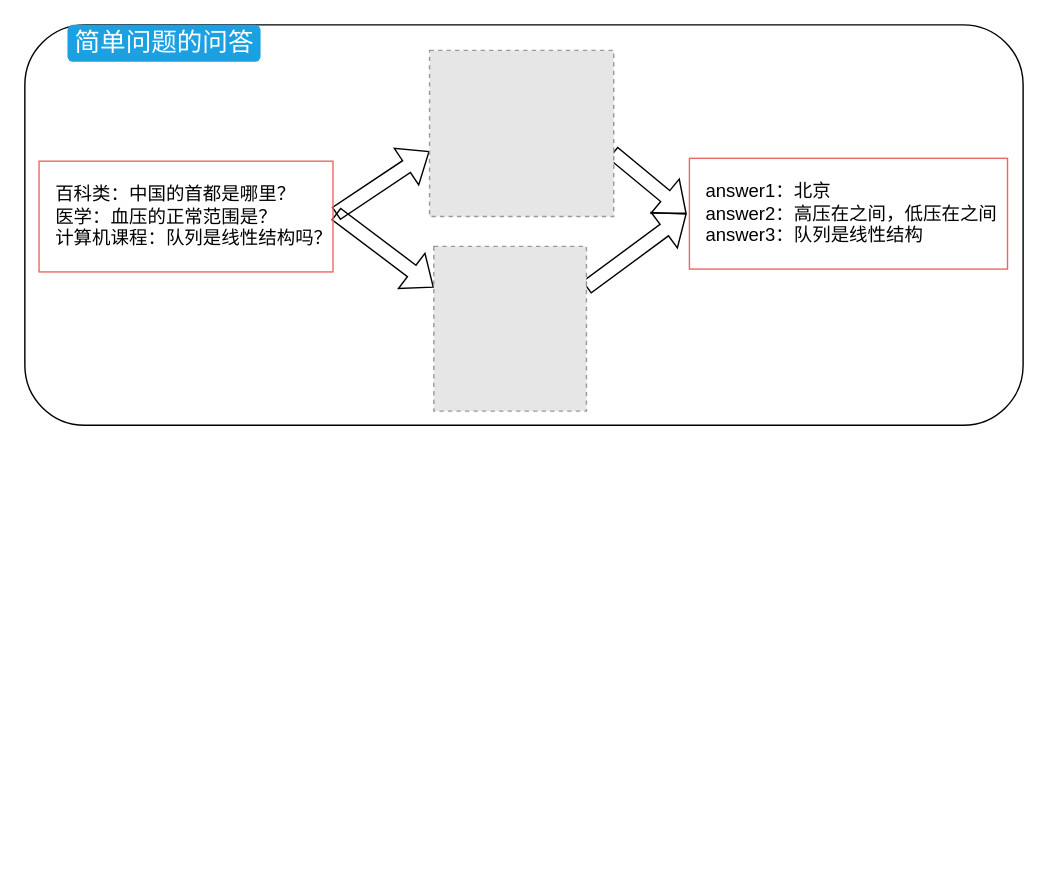
Above: Untitled Diagram.drawio in WeipingFu/drawio (draw.io), before the change. Source tidied: cells renumbered, new cells numbered last; positions are measured from the earlier drawing's top-left corner, leaving out a move shared by most shapes. Both pictures are drawn from the tidied source at 142%, with x=0, y=0 at pixel (24, 24). Pictures stored in the file or linked from it are replaced by grey dashed boxes.
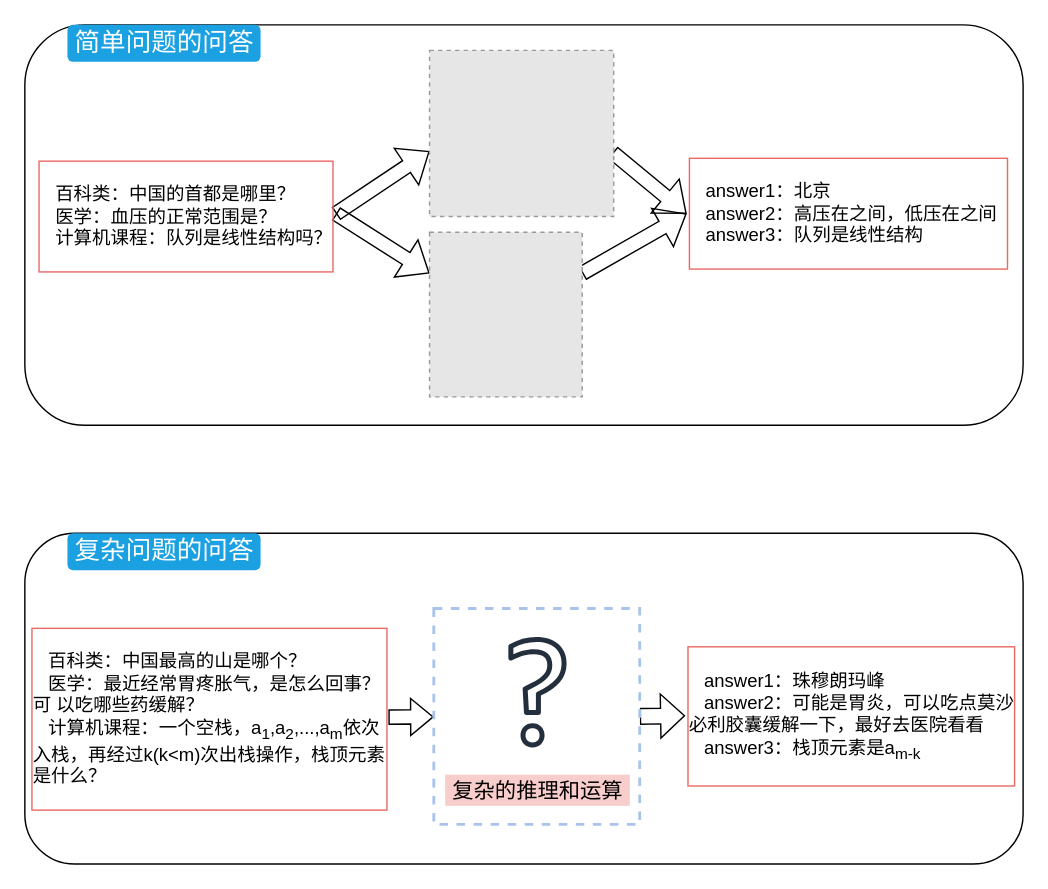
Above is the later version.

The edit, as a diff of the source:
```diff
@@
     <mxCell id="9" style="fillColor=#E6E6E6;strokeColor=#999999;dashed=1;verticalLabelPosition=bottom;labelBackgroundColor=default;verticalAlign=top;" parent="1" vertex="1">
-      <mxGeometry x="288" y="156" width="107.5" height="116" as="geometry" />
+      <mxGeometry x="285" y="146" width="107.5" height="116" as="geometry" />
     </mxCell>
@@
+    <mxCell id="12" style="rounded=1;whiteSpace=wrap;html=1;labelBorderColor=#EA6B66;fontFamily=Helvetica;fontSize=13;" parent="1" vertex="1">
+      <mxGeometry y="358" width="703" height="233" as="geometry" />
+    </mxCell>
+    <mxCell id="13" style="edgeStyle=none;shape=flexArrow;rounded=0;jettySize=auto;html=1;exitX=1;exitY=0.5;exitDx=0;exitDy=0;fontFamily=Helvetica;fontSize=15;fontColor=#D5E8D4;endWidth=15;endSize=4.94;" parent="1" edge="1" source="14" target="19">
+      <mxGeometry relative="1" as="geometry" />
+    </mxCell>
+    <mxCell id="14" value="&lt;div style=&quot;font-size: 13px&quot;&gt;&lt;font style=&quot;font-size: 13px&quot;&gt;&lt;br&gt;&lt;/font&gt;&lt;/div&gt;&lt;div style=&quot;font-size: 13px&quot;&gt;&lt;font style=&quot;font-size: 13px&quot;&gt;&amp;nbsp; &amp;nbsp;百科类：中国最高的山是哪个？&lt;/font&gt;&lt;/div&gt;&lt;div style=&quot;font-size: 13px&quot;&gt;&lt;font style=&quot;font-size: 13px&quot;&gt;&amp;nbsp; &amp;nbsp;医学：最近经常胃疼胀气，是怎么回事？可 以吃哪些药缓解？&lt;/font&gt;&lt;/div&gt;&lt;div style=&quot;font-size: 13px&quot;&gt;&lt;font style=&quot;font-size: 13px&quot;&gt;&amp;nbsp; &amp;nbsp;计算机课程：一个空栈，a&lt;sub&gt;1&lt;/sub&gt;,a&lt;sub&gt;2&lt;/sub&gt;,...,a&lt;sub&gt;m&lt;/sub&gt;依次入栈，再经过k(k&amp;lt;m)次出栈操作，栈顶元素是什么？&lt;/font&gt;&lt;/div&gt;&lt;div style=&quot;font-size: 13px&quot;&gt;&lt;font style=&quot;font-size: 13px&quot;&gt;&lt;br&gt;&lt;/font&gt;&lt;/div&gt;" style="text;html=1;strokeColor=none;fillColor=none;align=left;verticalAlign=middle;rounded=0;labelBorderColor=#EA6B66;whiteSpace=wrap;spacingTop=3;spacingLeft=3;spacingBottom=0;horizontal=1;" parent="1" vertex="1">
+      <mxGeometry x="0.4" y="427" width="255.6" height="121" as="geometry" />
+    </mxCell>
+    <mxCell id="15" value="&lt;div style=&quot;font-size: 13px&quot;&gt;&lt;font style=&quot;font-size: 13px&quot;&gt;&amp;nbsp; &amp;nbsp;&lt;/font&gt;&lt;/div&gt;&lt;div style=&quot;font-size: 13px&quot;&gt;&lt;font style=&quot;font-size: 13px&quot;&gt;&amp;nbsp; &amp;nbsp;answer1：珠穆朗玛峰&lt;/font&gt;&lt;/div&gt;&lt;div style=&quot;font-size: 13px&quot;&gt;&lt;font style=&quot;font-size: 13px&quot;&gt;&amp;nbsp; &amp;nbsp;answer2：可能是胃炎，可以吃点莫沙必利胶囊缓解一下，最好去医院看看&amp;nbsp;&amp;nbsp;&lt;/font&gt;&lt;/div&gt;&lt;div style=&quot;font-size: 13px&quot;&gt;&lt;font style=&quot;font-size: 13px&quot;&gt;&amp;nbsp; &amp;nbsp;answer3：栈顶元素是a&lt;sub&gt;m-k&lt;/sub&gt;&lt;/font&gt;&lt;/div&gt;&lt;div style=&quot;font-size: 13px&quot;&gt;&lt;font style=&quot;font-size: 13px&quot;&gt;&lt;br&gt;&lt;/font&gt;&lt;/div&gt;" style="text;html=1;strokeColor=none;fillColor=none;align=left;verticalAlign=middle;whiteSpace=wrap;rounded=0;labelBorderColor=#EA6B66;" parent="1" vertex="1">
+      <mxGeometry x="465" y="429" width="233" height="115" as="geometry" />
+    </mxCell>
+    <mxCell id="16" value="复杂问题的问答" style="text;html=1;align=center;verticalAlign=middle;strokeColor=none;fillColor=#1ba1e2;fontSize=18;fontFamily=Helvetica;rounded=1;sketch=0;fontColor=#ffffff;" parent="1" vertex="1">
+      <mxGeometry x="30" y="358" width="136" height="26" as="geometry" />
+    </mxCell>
+    <mxCell id="17" style="edgeStyle=none;shape=flexArrow;rounded=0;orthogonalLoop=1;jettySize=auto;html=1;exitX=1;exitY=0.5;exitDx=0;exitDy=0;fontFamily=Helvetica;fontSize=15;fontColor=#D5E8D4;" parent="1" edge="1" source="14" target="14">
+      <mxGeometry relative="1" as="geometry" />
+    </mxCell>
+    <mxCell id="18" style="edgeStyle=none;shape=flexArrow;rounded=0;jettySize=auto;html=1;exitX=1;exitY=0.5;exitDx=0;exitDy=0;entryX=0;entryY=0.5;entryDx=0;entryDy=0;fontFamily=Helvetica;fontSize=15;fontColor=#D5E8D4;width=11;endSize=5.26;endWidth=19;" parent="1" edge="1" source="19" target="15">
+      <mxGeometry relative="1" as="geometry" />
+    </mxCell>
+    <mxCell id="19" style="rounded=0;whiteSpace=wrap;html=1;labelBorderColor=#EA6B66;sketch=0;fontFamily=Helvetica;fontSize=15;dashed=1;strokeColor=#A9C4EB;strokeWidth=2;" parent="1" vertex="1">
+      <mxGeometry x="288" y="411" width="145" height="152" as="geometry" />
+    </mxCell>
+    <mxCell id="20" style="sketch=0;fontColor=#232F3E;gradientColor=none;fillColor=#232F3D;strokeColor=none;dashed=0;verticalLabelPosition=bottom;verticalAlign=top;align=center;html=1;fontSize=12;fontStyle=0;shape=mxgraph.aws4.question;rounded=1;labelBorderColor=default;fontFamily=Helvetica;" parent="1" vertex="1">
+      <mxGeometry x="340.5" y="431" width="41" height="78" as="geometry" />
+    </mxCell>
+    <mxCell id="21" value="&lt;font color=&quot;#000000&quot; style=&quot;font-size: 15px;&quot;&gt;复杂的推理和运算&lt;/font&gt;" style="text;html=1;align=center;verticalAlign=middle;fillColor=#f8cecc;strokeColor=none;rounded=0;labelBorderColor=none;sketch=0;fontFamily=Helvetica;fontSize=15;" parent="1" vertex="1">
+      <mxGeometry x="296" y="528" width="130" height="22" as="geometry" />
+    </mxCell>
```
